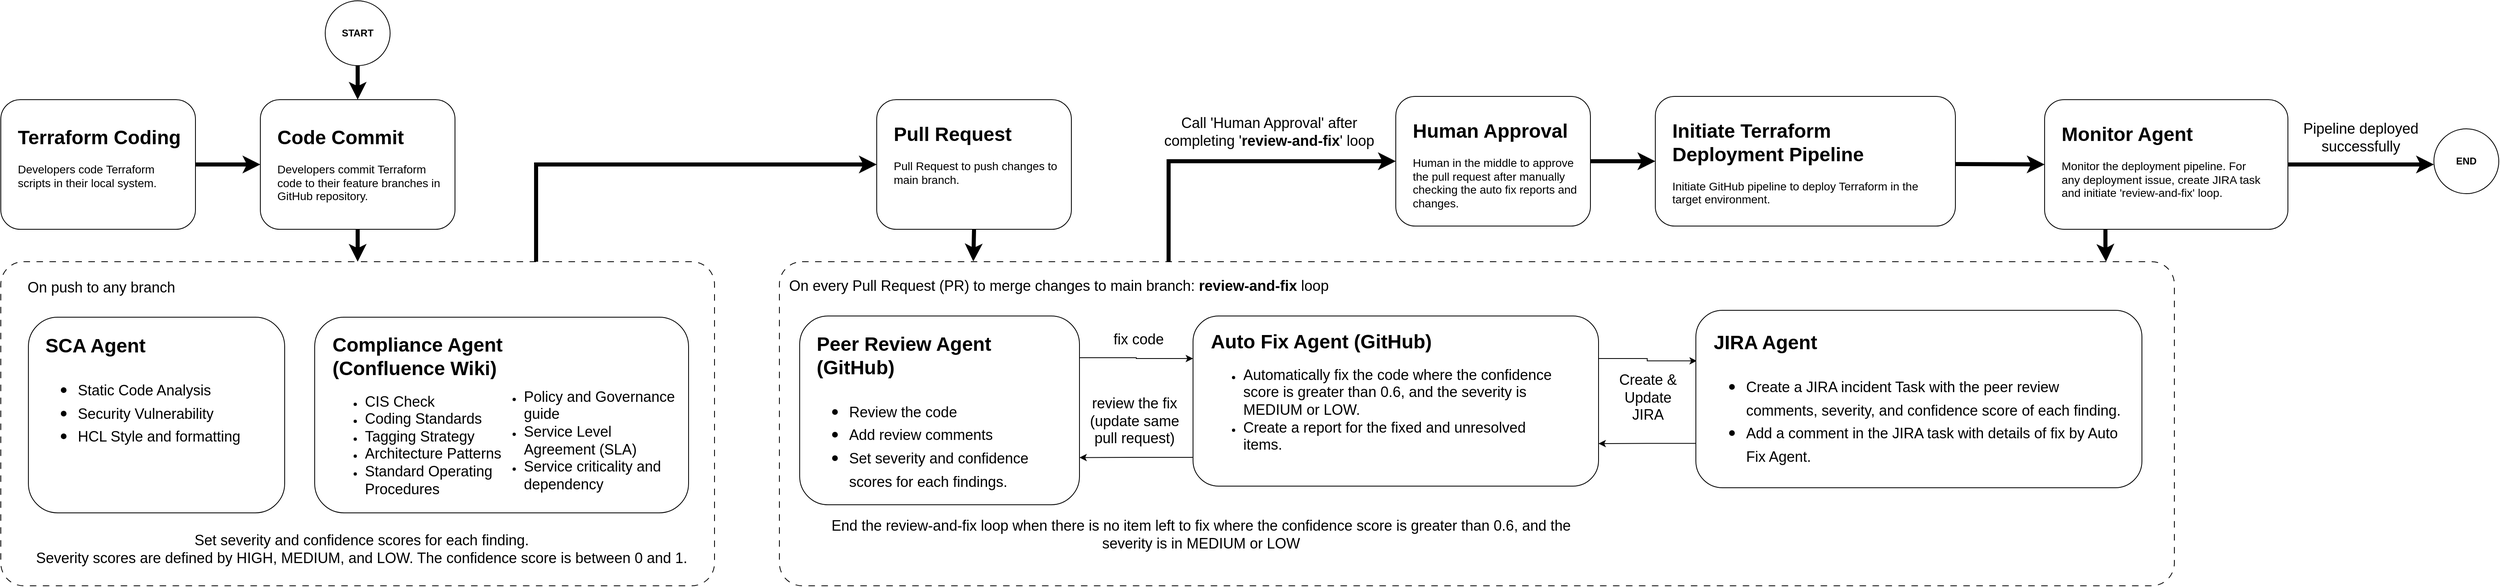
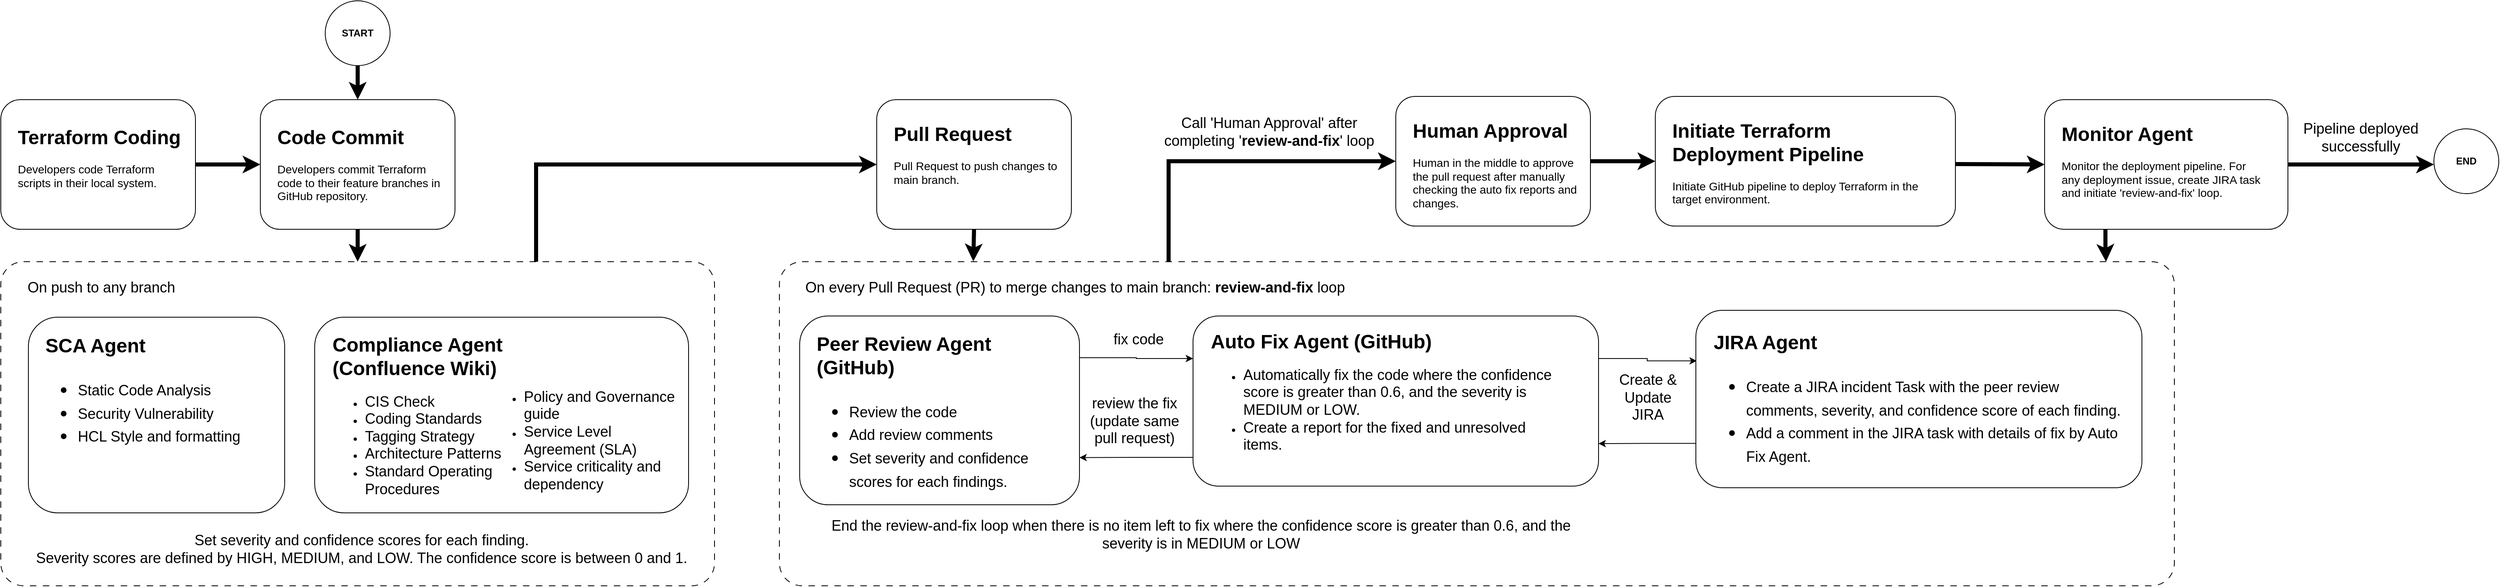
<mxfile host="app.diagrams.net">
  <diagram name="Page-1" id="llQ14HlxIDWXj9B5HY60">
    <mxGraphModel dx="1006" dy="638" grid="1" gridSize="10" guides="1" tooltips="1" connect="1" arrows="1" fold="1" page="1" pageScale="1" pageWidth="850" pageHeight="1100" math="0" shadow="0">
      <root>
        <mxCell id="0" />
        <mxCell id="1" parent="0" />
        <mxCell id="IWc9zJM8tDhvkjJ2dRjy-13" edge="1" parent="1" source="IWc9zJM8tDhvkjJ2dRjy-5" style="edgeStyle=orthogonalEdgeStyle;rounded=0;orthogonalLoop=1;jettySize=auto;html=1;entryX=0;entryY=0.5;entryDx=0;entryDy=0;exitX=0.75;exitY=0;exitDx=0;exitDy=0;strokeWidth=5;" target="IWc9zJM8tDhvkjJ2dRjy-1">
          <mxGeometry relative="1" as="geometry" />
        </mxCell>
        <mxCell id="oJW8UGhNAXkty13G2p3x-1" parent="1" style="rounded=1;whiteSpace=wrap;html=1;" value="" vertex="1">
          <mxGeometry height="160" width="240" x="440" y="200" as="geometry" />
        </mxCell>
        <mxCell id="oJW8UGhNAXkty13G2p3x-3" parent="1" style="text;html=1;whiteSpace=wrap;overflow=hidden;rounded=0;" value="&lt;h1 style=&quot;margin-top: 0px;&quot;&gt;Code Commit&lt;/h1&gt;&lt;p&gt;&lt;font style=&quot;font-size: 14px;&quot;&gt;Developers commit Terraform code to their feature branches in GitHub repository.&lt;/font&gt;&lt;/p&gt;" vertex="1">
          <mxGeometry height="100" width="210" x="459" y="226" as="geometry" />
        </mxCell>
        <mxCell id="IWc9zJM8tDhvkjJ2dRjy-35" edge="1" parent="1" source="IWc9zJM8tDhvkjJ2dRjy-14" style="edgeStyle=orthogonalEdgeStyle;rounded=0;orthogonalLoop=1;jettySize=auto;html=1;entryX=0;entryY=0.5;entryDx=0;entryDy=0;exitX=0.279;exitY=0.025;exitDx=0;exitDy=0;exitPerimeter=0;strokeWidth=5;" target="IWc9zJM8tDhvkjJ2dRjy-33">
          <mxGeometry relative="1" as="geometry">
            <Array as="points">
              <mxPoint x="1560" y="276" />
            </Array>
          </mxGeometry>
        </mxCell>
        <mxCell id="IWc9zJM8tDhvkjJ2dRjy-1" parent="1" style="rounded=1;whiteSpace=wrap;html=1;" value="" vertex="1">
          <mxGeometry height="160" width="240" x="1200" y="200" as="geometry" />
        </mxCell>
        <mxCell id="IWc9zJM8tDhvkjJ2dRjy-2" parent="1" style="text;html=1;whiteSpace=wrap;overflow=hidden;rounded=0;" value="&lt;h1 style=&quot;margin-top: 0px;&quot;&gt;Pull Request&lt;/h1&gt;&lt;p&gt;&lt;font style=&quot;font-size: 14px;&quot;&gt;Pull Request to push changes to main branch.&lt;/font&gt;&lt;/p&gt;" vertex="1">
          <mxGeometry height="100" width="210" x="1219" y="222" as="geometry" />
        </mxCell>
        <mxCell id="IWc9zJM8tDhvkjJ2dRjy-12" edge="1" parent="1" source="IWc9zJM8tDhvkjJ2dRjy-3" style="edgeStyle=orthogonalEdgeStyle;rounded=0;orthogonalLoop=1;jettySize=auto;html=1;exitX=1;exitY=0.5;exitDx=0;exitDy=0;entryX=0;entryY=0.5;entryDx=0;entryDy=0;strokeWidth=5;" target="oJW8UGhNAXkty13G2p3x-1">
          <mxGeometry relative="1" as="geometry" />
        </mxCell>
        <mxCell id="IWc9zJM8tDhvkjJ2dRjy-3" parent="1" style="rounded=1;whiteSpace=wrap;html=1;" value="" vertex="1">
          <mxGeometry height="160" width="240" x="120" y="200" as="geometry" />
        </mxCell>
        <mxCell id="IWc9zJM8tDhvkjJ2dRjy-4" parent="1" style="text;html=1;whiteSpace=wrap;overflow=hidden;rounded=0;" value="&lt;h1 style=&quot;margin-top: 0px;&quot;&gt;Terraform Coding&lt;/h1&gt;&lt;p&gt;&lt;font style=&quot;font-size: 14px;&quot;&gt;Developers code Terraform scripts in their local system.&lt;/font&gt;&lt;/p&gt;" vertex="1">
          <mxGeometry height="100" width="210" x="139" y="226" as="geometry" />
        </mxCell>
        <mxCell id="IWc9zJM8tDhvkjJ2dRjy-5" parent="1" style="rounded=1;whiteSpace=wrap;html=1;arcSize=7;dashed=1;dashPattern=8 8;" value="" vertex="1">
          <mxGeometry height="400" width="880" x="120" y="400" as="geometry" />
        </mxCell>
        <mxCell id="IWc9zJM8tDhvkjJ2dRjy-6" parent="1" style="text;html=1;whiteSpace=wrap;strokeColor=none;fillColor=none;align=center;verticalAlign=middle;rounded=0;" value="&lt;font style=&quot;font-size: 18px;&quot;&gt;On push to any branch&lt;/font&gt;" vertex="1">
          <mxGeometry height="30" width="210" x="139" y="416.5" as="geometry" />
        </mxCell>
        <mxCell id="IWc9zJM8tDhvkjJ2dRjy-7" parent="1" style="rounded=1;whiteSpace=wrap;html=1;" value="" vertex="1">
          <mxGeometry height="241.5" width="316" x="154" y="468.5" as="geometry" />
        </mxCell>
        <mxCell id="IWc9zJM8tDhvkjJ2dRjy-8" parent="1" style="text;html=1;whiteSpace=wrap;overflow=hidden;rounded=0;" value="&lt;h1 style=&quot;margin-top: 0px;&quot;&gt;SCA Agent&lt;/h1&gt;&lt;h1 style=&quot;margin-top: 0px;&quot;&gt;&lt;p style=&quot;font-size: 12px; font-weight: 400;&quot;&gt;&lt;/p&gt;&lt;ul&gt;&lt;li&gt;&lt;span style=&quot;font-size: 18px; font-weight: normal;&quot;&gt;Static Code Analysis&lt;/span&gt;&lt;/li&gt;&lt;li&gt;&lt;span style=&quot;font-size: 18px; font-weight: normal;&quot;&gt;Security Vulnerability&lt;/span&gt;&lt;/li&gt;&lt;li&gt;&lt;span style=&quot;font-size: 18px; font-weight: normal;&quot;&gt;HCL Style and formatting&lt;/span&gt;&lt;/li&gt;&lt;/ul&gt;&lt;p&gt;&lt;/p&gt;&lt;/h1&gt;" vertex="1">
          <mxGeometry height="183" width="306" x="173" y="482.5" as="geometry" />
        </mxCell>
        <mxCell id="IWc9zJM8tDhvkjJ2dRjy-9" parent="1" style="rounded=1;whiteSpace=wrap;html=1;" value="" vertex="1">
          <mxGeometry height="241.5" width="461" x="507" y="468.5" as="geometry" />
        </mxCell>
        <mxCell id="IWc9zJM8tDhvkjJ2dRjy-10" parent="1" style="text;html=1;whiteSpace=wrap;overflow=hidden;rounded=0;" value="&lt;h1 style=&quot;margin-top: 0px;&quot;&gt;Compliance Agent (Confluence Wiki)&lt;/h1&gt;&lt;p&gt;&lt;/p&gt;&lt;ul&gt;&lt;li&gt;&lt;span style=&quot;font-size: 18px;&quot;&gt;CIS Check&lt;/span&gt;&lt;/li&gt;&lt;li&gt;&lt;span style=&quot;font-size: 18px;&quot;&gt;Coding Standards&lt;/span&gt;&lt;/li&gt;&lt;li&gt;&lt;span style=&quot;font-size: 18px;&quot;&gt;Tagging Strategy&lt;/span&gt;&lt;/li&gt;&lt;li&gt;&lt;span style=&quot;font-size: 18px;&quot;&gt;Architecture Patterns&lt;/span&gt;&lt;/li&gt;&lt;li&gt;&lt;span style=&quot;font-size: 18px;&quot;&gt;Standard Operating Procedures&lt;/span&gt;&lt;/li&gt;&lt;/ul&gt;&lt;p&gt;&lt;/p&gt;" vertex="1">
          <mxGeometry height="218.5" width="261" x="527" y="481.5" as="geometry" />
        </mxCell>
        <mxCell id="IWc9zJM8tDhvkjJ2dRjy-11" edge="1" parent="1" source="oJW8UGhNAXkty13G2p3x-1" style="edgeStyle=orthogonalEdgeStyle;rounded=0;orthogonalLoop=1;jettySize=auto;html=1;exitX=0.5;exitY=1;exitDx=0;exitDy=0;entryX=0.5;entryY=0;entryDx=0;entryDy=0;strokeWidth=5;" target="IWc9zJM8tDhvkjJ2dRjy-5">
          <mxGeometry relative="1" as="geometry" />
        </mxCell>
        <mxCell id="IWc9zJM8tDhvkjJ2dRjy-14" parent="1" style="rounded=1;whiteSpace=wrap;html=1;arcSize=7;dashed=1;dashPattern=8 8;" value="" vertex="1">
          <mxGeometry height="400" width="1720" x="1080" y="400" as="geometry" />
        </mxCell>
        <mxCell id="IWc9zJM8tDhvkjJ2dRjy-15" parent="1" style="text;html=1;whiteSpace=wrap;strokeColor=none;fillColor=none;align=left;verticalAlign=middle;rounded=0;" value="&lt;font style=&quot;font-size: 18px;&quot;&gt;On every Pull Request (PR) to merge changes to main branch: &lt;b&gt;review-and-fix &lt;/b&gt;loop&lt;/font&gt;" vertex="1">
-           <mxGeometry height="30" width="740" x="1090" y="415" as="geometry" />
+           <mxGeometry height="30" width="740" x="1110" y="416.5" as="geometry" />
        </mxCell>
        <mxCell id="IWc9zJM8tDhvkjJ2dRjy-22" edge="1" parent="1" source="IWc9zJM8tDhvkjJ2dRjy-16" style="edgeStyle=orthogonalEdgeStyle;rounded=0;orthogonalLoop=1;jettySize=auto;html=1;exitX=1;exitY=0.221;exitDx=0;exitDy=0;entryX=0;entryY=0.25;entryDx=0;entryDy=0;exitPerimeter=0;" target="IWc9zJM8tDhvkjJ2dRjy-18">
          <mxGeometry relative="1" as="geometry" />
        </mxCell>
        <mxCell id="IWc9zJM8tDhvkjJ2dRjy-16" parent="1" style="rounded=1;whiteSpace=wrap;html=1;" value="" vertex="1">
          <mxGeometry height="233" width="345" x="1105" y="467" as="geometry" />
        </mxCell>
        <mxCell id="IWc9zJM8tDhvkjJ2dRjy-17" parent="1" style="text;html=1;whiteSpace=wrap;overflow=hidden;rounded=0;" value="&lt;h1 style=&quot;margin-top: 0px;&quot;&gt;Peer Review Agent (GitHub)&lt;/h1&gt;&lt;h1 style=&quot;margin-top: 0px;&quot;&gt;&lt;p style=&quot;font-size: 12px; font-weight: 400;&quot;&gt;&lt;/p&gt;&lt;ul&gt;&lt;li&gt;&lt;span style=&quot;font-size: 18px; font-weight: 400;&quot;&gt;Review the code&lt;/span&gt;&lt;/li&gt;&lt;li&gt;&lt;span style=&quot;font-size: 18px; font-weight: 400;&quot;&gt;Add review comments&lt;/span&gt;&lt;/li&gt;&lt;li&gt;&lt;span style=&quot;font-size: 18px; font-weight: 400;&quot;&gt;Set severity and confidence scores for each findings.&lt;/span&gt;&lt;/li&gt;&lt;/ul&gt;&lt;p&gt;&lt;/p&gt;&lt;/h1&gt;" vertex="1">
          <mxGeometry height="209" width="306" x="1124" y="481" as="geometry" />
        </mxCell>
        <mxCell id="IWc9zJM8tDhvkjJ2dRjy-23" edge="1" parent="1" source="IWc9zJM8tDhvkjJ2dRjy-18" style="edgeStyle=orthogonalEdgeStyle;rounded=0;orthogonalLoop=1;jettySize=auto;html=1;exitX=0;exitY=0.831;exitDx=0;exitDy=0;entryX=1;entryY=0.75;entryDx=0;entryDy=0;exitPerimeter=0;" target="IWc9zJM8tDhvkjJ2dRjy-16">
          <mxGeometry relative="1" as="geometry" />
        </mxCell>
        <mxCell id="IWc9zJM8tDhvkjJ2dRjy-31" edge="1" parent="1" source="IWc9zJM8tDhvkjJ2dRjy-18" style="edgeStyle=orthogonalEdgeStyle;rounded=0;orthogonalLoop=1;jettySize=auto;html=1;exitX=1;exitY=0.25;exitDx=0;exitDy=0;entryX=0.002;entryY=0.285;entryDx=0;entryDy=0;entryPerimeter=0;" target="IWc9zJM8tDhvkjJ2dRjy-27">
          <mxGeometry relative="1" as="geometry" />
        </mxCell>
        <mxCell id="IWc9zJM8tDhvkjJ2dRjy-18" parent="1" style="rounded=1;whiteSpace=wrap;html=1;" value="" vertex="1">
          <mxGeometry height="210" width="500" x="1590" y="467" as="geometry" />
        </mxCell>
        <mxCell id="IWc9zJM8tDhvkjJ2dRjy-19" parent="1" style="text;html=1;whiteSpace=wrap;overflow=hidden;rounded=0;" value="&lt;h1 style=&quot;margin-top: 0px;&quot;&gt;Auto Fix Agent (GitHub)&lt;/h1&gt;&lt;p&gt;&lt;/p&gt;&lt;ul&gt;&lt;li&gt;&lt;span style=&quot;font-size: 18px;&quot;&gt;Automatically fix the code where the confidence score is greater than 0.6, and the severity is MEDIUM or LOW.&amp;nbsp;&lt;/span&gt;&lt;/li&gt;&lt;li&gt;&lt;span style=&quot;font-size: 18px;&quot;&gt;Create a report for the fixed and unresolved items.&lt;/span&gt;&lt;/li&gt;&lt;/ul&gt;&lt;p&gt;&lt;/p&gt;" vertex="1">
          <mxGeometry height="192" width="440" x="1610" y="478" as="geometry" />
        </mxCell>
        <mxCell id="IWc9zJM8tDhvkjJ2dRjy-20" parent="1" style="text;whiteSpace=wrap;fontSize=18;align=center;" value="Set severity and confidence scores for each finding.&#xa;Severity scores are defined by HIGH, MEDIUM, and LOW. The confidence score is between 0 and 1." vertex="1">
          <mxGeometry height="50.5" width="830" x="150" y="726.5" as="geometry" />
        </mxCell>
        <mxCell id="IWc9zJM8tDhvkjJ2dRjy-21" edge="1" parent="1" source="IWc9zJM8tDhvkjJ2dRjy-1" style="edgeStyle=orthogonalEdgeStyle;rounded=0;orthogonalLoop=1;jettySize=auto;html=1;exitX=0.5;exitY=1;exitDx=0;exitDy=0;entryX=0.139;entryY=-0.001;entryDx=0;entryDy=0;entryPerimeter=0;strokeWidth=5;" target="IWc9zJM8tDhvkjJ2dRjy-14">
          <mxGeometry relative="1" as="geometry" />
        </mxCell>
        <mxCell id="IWc9zJM8tDhvkjJ2dRjy-24" parent="1" style="text;html=1;whiteSpace=wrap;strokeColor=none;fillColor=none;align=center;verticalAlign=middle;rounded=0;" value="&lt;font style=&quot;font-size: 18px;&quot;&gt;fix code&lt;/font&gt;" vertex="1">
          <mxGeometry height="30" width="82" x="1482" y="481" as="geometry" />
        </mxCell>
        <mxCell id="IWc9zJM8tDhvkjJ2dRjy-25" parent="1" style="text;html=1;whiteSpace=wrap;strokeColor=none;fillColor=none;align=center;verticalAlign=middle;rounded=0;" value="&lt;font style=&quot;font-size: 18px;&quot;&gt;review the fix (update same pull request)&lt;/font&gt;" vertex="1">
          <mxGeometry height="67" width="120" x="1458" y="563" as="geometry" />
        </mxCell>
        <mxCell id="IWc9zJM8tDhvkjJ2dRjy-26" parent="1" style="text;html=1;whiteSpace=wrap;strokeColor=none;fillColor=none;align=center;verticalAlign=middle;rounded=0;" value="&lt;font style=&quot;font-size: 18px;&quot;&gt;End the review-and-fix loop when there is no item left to fix where the confidence score is greater than 0.6, and the severity is in MEDIUM or LOW&lt;/font&gt;" vertex="1">
          <mxGeometry height="50" width="980" x="1110" y="711.5" as="geometry" />
        </mxCell>
        <mxCell id="IWc9zJM8tDhvkjJ2dRjy-30" edge="1" parent="1" source="IWc9zJM8tDhvkjJ2dRjy-27" style="edgeStyle=orthogonalEdgeStyle;rounded=0;orthogonalLoop=1;jettySize=auto;html=1;exitX=0;exitY=0.75;exitDx=0;exitDy=0;entryX=1;entryY=0.75;entryDx=0;entryDy=0;" target="IWc9zJM8tDhvkjJ2dRjy-18">
          <mxGeometry relative="1" as="geometry" />
        </mxCell>
        <mxCell id="IWc9zJM8tDhvkjJ2dRjy-27" parent="1" style="rounded=1;whiteSpace=wrap;html=1;" value="" vertex="1">
          <mxGeometry height="219" width="550" x="2210" y="460" as="geometry" />
        </mxCell>
        <mxCell id="IWc9zJM8tDhvkjJ2dRjy-28" parent="1" style="text;html=1;whiteSpace=wrap;overflow=hidden;rounded=0;" value="&lt;h1 style=&quot;margin-top: 0px;&quot;&gt;JIRA Agent&lt;/h1&gt;&lt;h1 style=&quot;margin-top: 0px;&quot;&gt;&lt;p style=&quot;font-size: 12px; font-weight: 400;&quot;&gt;&lt;/p&gt;&lt;ul&gt;&lt;li&gt;&lt;span style=&quot;font-size: 18px; font-weight: 400;&quot;&gt;Create a JIRA incident Task with the peer review comments, severity, and confidence score of each finding.&lt;/span&gt;&lt;/li&gt;&lt;li&gt;&lt;span style=&quot;font-size: 18px; font-weight: 400;&quot;&gt;Add a comment in the JIRA task with details of fix by Auto Fix Agent.&lt;/span&gt;&lt;/li&gt;&lt;/ul&gt;&lt;p&gt;&lt;/p&gt;&lt;/h1&gt;" vertex="1">
          <mxGeometry height="191" width="510" x="2230" y="479" as="geometry" />
        </mxCell>
        <mxCell id="IWc9zJM8tDhvkjJ2dRjy-32" parent="1" style="text;html=1;whiteSpace=wrap;strokeColor=none;fillColor=none;align=center;verticalAlign=middle;rounded=0;" value="&lt;font style=&quot;font-size: 18px;&quot;&gt;Create &amp;amp; Update JIRA&lt;/font&gt;" vertex="1">
          <mxGeometry height="57.5" width="102" x="2100" y="539" as="geometry" />
        </mxCell>
        <mxCell id="IWc9zJM8tDhvkjJ2dRjy-39" edge="1" parent="1" source="IWc9zJM8tDhvkjJ2dRjy-33" style="edgeStyle=orthogonalEdgeStyle;rounded=0;orthogonalLoop=1;jettySize=auto;html=1;exitX=1;exitY=0.5;exitDx=0;exitDy=0;entryX=0;entryY=0.5;entryDx=0;entryDy=0;strokeWidth=5;" target="IWc9zJM8tDhvkjJ2dRjy-37">
          <mxGeometry relative="1" as="geometry" />
        </mxCell>
        <mxCell id="IWc9zJM8tDhvkjJ2dRjy-33" parent="1" style="rounded=1;whiteSpace=wrap;html=1;" value="" vertex="1">
          <mxGeometry height="160" width="240" x="1840" y="196" as="geometry" />
        </mxCell>
        <mxCell id="IWc9zJM8tDhvkjJ2dRjy-34" parent="1" style="text;html=1;whiteSpace=wrap;overflow=hidden;rounded=0;" value="&lt;h1 style=&quot;margin-top: 0px;&quot;&gt;Human Approval&lt;/h1&gt;&lt;p&gt;&lt;font style=&quot;font-size: 14px;&quot;&gt;Human in the middle to approve the pull request after manually checking the auto fix reports and changes.&amp;nbsp;&lt;/font&gt;&lt;/p&gt;" vertex="1">
          <mxGeometry height="122" width="210" x="1859" y="218" as="geometry" />
        </mxCell>
        <mxCell id="IWc9zJM8tDhvkjJ2dRjy-36" parent="1" style="text;html=1;whiteSpace=wrap;strokeColor=none;fillColor=none;align=center;verticalAlign=middle;rounded=0;" value="&lt;font style=&quot;font-size: 18px;&quot;&gt;Call &#39;Human Approval&#39; after completing &#39;&lt;b&gt;review-and-fix&lt;/b&gt;&#39; loop&lt;/font&gt;" vertex="1">
          <mxGeometry height="60" width="268" x="1550" y="210" as="geometry" />
        </mxCell>
        <mxCell id="IWc9zJM8tDhvkjJ2dRjy-37" parent="1" style="rounded=1;whiteSpace=wrap;html=1;" value="" vertex="1">
          <mxGeometry height="160" width="370" x="2160" y="196" as="geometry" />
        </mxCell>
        <mxCell id="IWc9zJM8tDhvkjJ2dRjy-38" parent="1" style="text;html=1;whiteSpace=wrap;overflow=hidden;rounded=0;" value="&lt;h1 style=&quot;margin-top: 0px;&quot;&gt;Initiate Terraform Deployment Pipeline&lt;/h1&gt;&lt;p&gt;&lt;font style=&quot;font-size: 14px;&quot;&gt;Initiate GitHub pipeline to deploy Terraform in the target environment.&lt;/font&gt;&amp;nbsp;&amp;nbsp;&lt;/p&gt;" vertex="1">
          <mxGeometry height="112" width="341" x="2179" y="218" as="geometry" />
        </mxCell>
        <mxCell id="IWc9zJM8tDhvkjJ2dRjy-41" edge="1" parent="1" source="IWc9zJM8tDhvkjJ2dRjy-40" style="edgeStyle=orthogonalEdgeStyle;rounded=0;orthogonalLoop=1;jettySize=auto;html=1;exitX=0.5;exitY=1;exitDx=0;exitDy=0;entryX=0.5;entryY=0;entryDx=0;entryDy=0;strokeWidth=5;" target="oJW8UGhNAXkty13G2p3x-1">
          <mxGeometry relative="1" as="geometry" />
        </mxCell>
        <mxCell id="IWc9zJM8tDhvkjJ2dRjy-40" parent="1" style="ellipse;whiteSpace=wrap;html=1;aspect=fixed;fontStyle=1" value="START" vertex="1">
          <mxGeometry height="80" width="80" x="520" y="78" as="geometry" />
        </mxCell>
        <mxCell id="IWc9zJM8tDhvkjJ2dRjy-47" edge="1" parent="1" source="IWc9zJM8tDhvkjJ2dRjy-42" style="edgeStyle=orthogonalEdgeStyle;rounded=0;orthogonalLoop=1;jettySize=auto;html=1;exitX=1;exitY=0.5;exitDx=0;exitDy=0;strokeWidth=5;">
          <mxGeometry relative="1" as="geometry">
            <mxPoint x="3120" y="280" as="targetPoint" />
          </mxGeometry>
        </mxCell>
        <mxCell id="IWc9zJM8tDhvkjJ2dRjy-42" parent="1" style="rounded=1;whiteSpace=wrap;html=1;" value="" vertex="1">
          <mxGeometry height="160" width="300" x="2640" y="200" as="geometry" />
        </mxCell>
        <mxCell id="IWc9zJM8tDhvkjJ2dRjy-43" parent="1" style="text;html=1;whiteSpace=wrap;overflow=hidden;rounded=0;" value="&lt;h1 style=&quot;margin-top: 0px;&quot;&gt;Monitor Agent&lt;/h1&gt;&lt;p&gt;&lt;font style=&quot;font-size: 14px;&quot;&gt;Monitor the deployment pipeline.&amp;nbsp;&lt;span style=&quot;background-color: transparent; color: light-dark(rgb(0, 0, 0), rgb(255, 255, 255));&quot;&gt;F&lt;/span&gt;&lt;span style=&quot;background-color: transparent; color: light-dark(rgb(0, 0, 0), rgb(255, 255, 255));&quot;&gt;or any deployment issue, create JIRA task and initiate &#39;review-and-fix&#39; loop.&lt;/span&gt;&lt;/font&gt;&lt;/p&gt;" vertex="1">
          <mxGeometry height="112" width="251" x="2659" y="222" as="geometry" />
        </mxCell>
        <mxCell id="IWc9zJM8tDhvkjJ2dRjy-44" edge="1" parent="1" style="edgeStyle=orthogonalEdgeStyle;rounded=0;orthogonalLoop=1;jettySize=auto;html=1;exitX=1;exitY=0.5;exitDx=0;exitDy=0;entryX=0;entryY=0.5;entryDx=0;entryDy=0;strokeWidth=5;" target="IWc9zJM8tDhvkjJ2dRjy-42">
          <mxGeometry relative="1" as="geometry">
            <mxPoint x="2530" y="279.5" as="sourcePoint" />
            <mxPoint x="2610" y="279.5" as="targetPoint" />
          </mxGeometry>
        </mxCell>
        <mxCell id="IWc9zJM8tDhvkjJ2dRjy-45" edge="1" parent="1" source="IWc9zJM8tDhvkjJ2dRjy-42" style="edgeStyle=orthogonalEdgeStyle;rounded=0;orthogonalLoop=1;jettySize=auto;html=1;exitX=0.25;exitY=1;exitDx=0;exitDy=0;entryX=0.951;entryY=0;entryDx=0;entryDy=0;entryPerimeter=0;strokeWidth=5;" target="IWc9zJM8tDhvkjJ2dRjy-14">
          <mxGeometry relative="1" as="geometry" />
        </mxCell>
        <mxCell id="IWc9zJM8tDhvkjJ2dRjy-46" parent="1" style="ellipse;whiteSpace=wrap;html=1;aspect=fixed;fontStyle=1" value="END" vertex="1">
          <mxGeometry height="80" width="80" x="3120" y="236" as="geometry" />
        </mxCell>
        <mxCell id="IWc9zJM8tDhvkjJ2dRjy-48" parent="1" style="text;html=1;whiteSpace=wrap;strokeColor=none;fillColor=none;align=center;verticalAlign=middle;rounded=0;" value="&lt;font style=&quot;font-size: 18px;&quot;&gt;Pipeline deployed successfully&lt;/font&gt;" vertex="1">
          <mxGeometry height="57.5" width="160" x="2950" y="218" as="geometry" />
        </mxCell>
        <mxCell id="IWc9zJM8tDhvkjJ2dRjy-50" parent="1" style="text;html=1;whiteSpace=wrap;overflow=hidden;rounded=0;" value="&lt;h1 style=&quot;margin-top: 0px;&quot;&gt;&lt;br&gt;&lt;/h1&gt;&lt;ul&gt;&lt;li&gt;&lt;span style=&quot;font-size: 18px;&quot;&gt;Policy and Governance guide&lt;/span&gt;&lt;/li&gt;&lt;li&gt;&lt;span style=&quot;font-size: 18px;&quot;&gt;Service Level Agreement (SLA)&lt;/span&gt;&lt;/li&gt;&lt;li&gt;&lt;span style=&quot;font-size: 18px;&quot;&gt;Service criticality and dependency&lt;/span&gt;&lt;/li&gt;&lt;/ul&gt;&lt;p&gt;&lt;/p&gt;" vertex="1">
          <mxGeometry height="200" width="240" x="723" y="505" as="geometry" />
        </mxCell>
      </root>
    </mxGraphModel>
  </diagram>
</mxfile>
